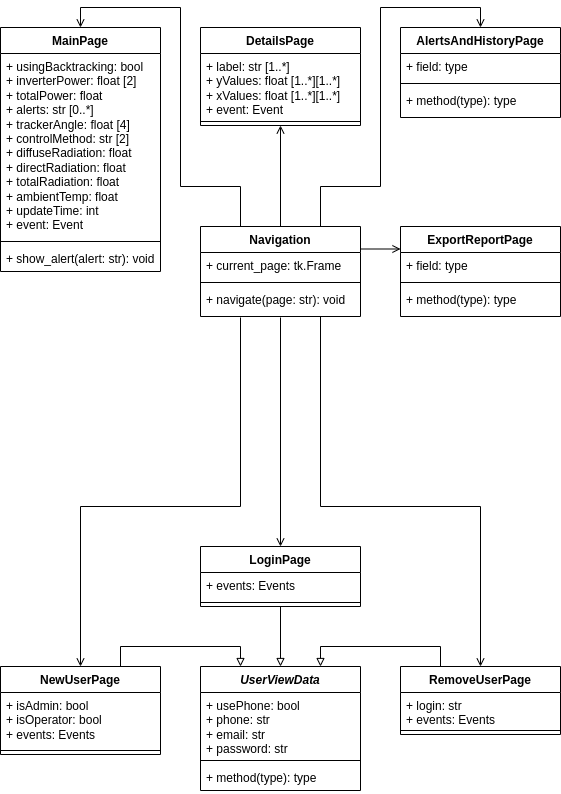
jaedson-barbosa/supervisorio-solar-ufpb-docs keeps this draw.io diagram as diagrama de classes - view.drawio.png. Above is the earlier version. Source tidied: cells renumbered, new cells last; positions are measured from the earlier drawing's top-left corner, leaving out a move shared by most shapes.
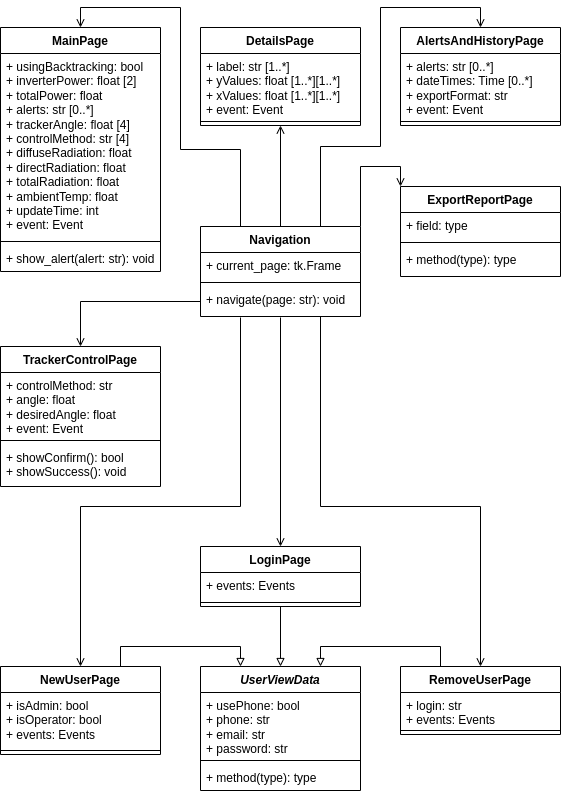
The same diagram one commit later.

Diff of the diagram source:
```diff
@@ -5,8 +5,8 @@
     <mxCell id="2" style="edgeStyle=orthogonalEdgeStyle;rounded=0;jettySize=auto;html=1;exitX=0.25;exitY=0;exitDx=0;exitDy=0;entryX=0.5;entryY=0;entryDx=0;entryDy=0;endArrow=open;endFill=0;" parent="1" edge="1" source="6" target="24">
       <mxGeometry relative="1" as="geometry">
         <Array as="points">
-          <mxPoint x="240" y="179" />
-          <mxPoint x="180" y="179" />
+          <mxPoint x="240" y="142" />
+          <mxPoint x="180" y="142" />
           <mxPoint x="180" />
           <mxPoint x="80" />
         </Array>
@@ -15,19 +15,19 @@
     <mxCell id="3" style="edgeStyle=orthogonalEdgeStyle;rounded=0;jettySize=auto;html=1;exitX=0.75;exitY=0;exitDx=0;exitDy=0;entryX=0.5;entryY=0;entryDx=0;entryDy=0;endArrow=open;endFill=0;" parent="1" edge="1" source="6" target="20">
       <mxGeometry relative="1" as="geometry">
         <Array as="points">
-          <mxPoint x="320" y="179" />
-          <mxPoint x="380" y="179" />
+          <mxPoint x="320" y="139" />
+          <mxPoint x="380" y="139" />
           <mxPoint x="380" />
           <mxPoint x="480" />
         </Array>
       </mxGeometry>
     </mxCell>
+    <mxCell id="5" style="edgeStyle=orthogonalEdgeStyle;rounded=0;jettySize=auto;html=1;exitX=0.5;exitY=0;exitDx=0;exitDy=0;entryX=0.5;entryY=1;entryDx=0;entryDy=0;endArrow=open;endFill=0;" parent="1" edge="1" source="6" target="28">
+      <mxGeometry relative="1" as="geometry" />
+    </mxCell>
-    <mxCell id="4" style="edgeStyle=orthogonalEdgeStyle;rounded=0;jettySize=auto;html=1;exitX=1;exitY=0.25;exitDx=0;exitDy=0;entryX=0;entryY=0.25;entryDx=0;entryDy=0;endArrow=open;endFill=0;" parent="1" edge="1" source="6" target="35">
+    <mxCell id="4" style="edgeStyle=orthogonalEdgeStyle;rounded=0;jettySize=auto;html=1;exitX=1;exitY=0;exitDx=0;exitDy=0;entryX=0;entryY=0;entryDx=0;entryDy=0;endArrow=open;endFill=0;" parent="1" edge="1" source="6" target="35">
       <mxGeometry relative="1" as="geometry" />
     </mxCell>
-    <mxCell id="5" style="edgeStyle=orthogonalEdgeStyle;rounded=0;jettySize=auto;html=1;exitX=0.5;exitY=0;exitDx=0;exitDy=0;entryX=0.5;entryY=1;entryDx=0;entryDy=0;endArrow=open;endFill=0;" parent="1" edge="1" source="6" target="28">
-      <mxGeometry relative="1" as="geometry" />
-    </mxCell>
     <mxCell id="6" value="Navigation" style="swimlane;fontStyle=1;align=center;verticalAlign=top;horizontal=1;startSize=26;whiteSpace=wrap;html=1;" parent="1" vertex="1">
       <mxGeometry x="200" y="219" width="160" height="90" as="geometry" />
     </mxCell>
@@ -81,21 +81,18 @@
       <mxGeometry y="80" width="160" height="8" as="geometry" />
     </mxCell>
     <mxCell id="20" value="AlertsAndHistoryPage" style="swimlane;fontStyle=1;align=center;verticalAlign=top;horizontal=1;startSize=26;whiteSpace=wrap;html=1;" parent="1" vertex="1">
-      <mxGeometry x="400" y="20" width="160" height="90" as="geometry" />
+      <mxGeometry x="400" y="20" width="160" height="98" as="geometry" />
     </mxCell>
-    <mxCell id="21" value="+ field: type" style="text;strokeColor=none;fillColor=none;align=left;verticalAlign=top;spacingLeft=4;spacingRight=4;overflow=hidden;whiteSpace=wrap;html=1;" parent="20" vertex="1">
-      <mxGeometry y="26" width="160" height="26" as="geometry" />
+    <mxCell id="21" value="+ alerts: str [0..*]&lt;br&gt;+ dateTimes: Time [0..*]&lt;br&gt;+ exportFormat: str&lt;br&gt;+ event: Event" style="text;strokeColor=none;fillColor=none;align=left;verticalAlign=top;spacingLeft=4;spacingRight=4;overflow=hidden;whiteSpace=wrap;html=1;" parent="20" vertex="1">
+      <mxGeometry y="26" width="160" height="64" as="geometry" />
     </mxCell>
     <mxCell id="22" style="line;strokeWidth=1;fillColor=none;align=left;verticalAlign=middle;spacingTop=-1;spacingLeft=3;spacingRight=3;labelPosition=right;strokeColor=inherit;" parent="20" vertex="1">
-      <mxGeometry y="52" width="160" height="8" as="geometry" />
+      <mxGeometry y="90" width="160" height="8" as="geometry" />
     </mxCell>
-    <mxCell id="23" value="+ method(type): type" style="text;strokeColor=none;fillColor=none;align=left;verticalAlign=top;spacingLeft=4;spacingRight=4;overflow=hidden;whiteSpace=wrap;html=1;" parent="20" vertex="1">
-      <mxGeometry y="60" width="160" height="30" as="geometry" />
-    </mxCell>
     <mxCell id="24" value="MainPage" style="swimlane;fontStyle=1;align=center;verticalAlign=top;horizontal=1;startSize=26;whiteSpace=wrap;html=1;" parent="1" vertex="1">
       <mxGeometry y="20" width="160" height="244" as="geometry" />
     </mxCell>
-    <mxCell id="25" value="+ usingBacktracking: bool&lt;br&gt;+ inverterPower: float [2]&lt;br&gt;+ totalPower: float&lt;br&gt;+ alerts: str [0..*]&lt;br&gt;+ trackerAngle: float [4]&lt;br&gt;+ controlMethod: str [2]&lt;br&gt;+ diffuseRadiation: float&lt;br&gt;+ directRadiation: float&lt;br&gt;+ totalRadiation: float&lt;br&gt;+&amp;nbsp;ambientTemp: float&lt;br&gt;+ updateTime: int&lt;br&gt;+ event: Event" style="text;strokeColor=none;fillColor=none;align=left;verticalAlign=top;spacingLeft=4;spacingRight=4;overflow=hidden;whiteSpace=wrap;html=1;" parent="24" vertex="1">
+    <mxCell id="25" value="+ usingBacktracking: bool&lt;br&gt;+ inverterPower: float [2]&lt;br&gt;+ totalPower: float&lt;br&gt;+ alerts: str [0..*]&lt;br&gt;+ trackerAngle: float [4]&lt;br&gt;+ controlMethod: str [4]&lt;br&gt;+ diffuseRadiation: float&lt;br&gt;+ directRadiation: float&lt;br&gt;+ totalRadiation: float&lt;br&gt;+&amp;nbsp;ambientTemp: float&lt;br&gt;+ updateTime: int&lt;br&gt;+ event: Event" style="text;strokeColor=none;fillColor=none;align=left;verticalAlign=top;spacingLeft=4;spacingRight=4;overflow=hidden;whiteSpace=wrap;html=1;" parent="24" vertex="1">
       <mxGeometry y="26" width="160" height="184" as="geometry" />
     </mxCell>
     <mxCell id="26" style="line;strokeWidth=1;fillColor=none;align=left;verticalAlign=middle;spacingTop=-1;spacingLeft=3;spacingRight=3;labelPosition=right;strokeColor=inherit;" parent="24" vertex="1">
@@ -126,7 +123,7 @@
       <mxGeometry y="98" width="160" height="26" as="geometry" />
     </mxCell>
     <mxCell id="35" value="ExportReportPage" style="swimlane;fontStyle=1;align=center;verticalAlign=top;horizontal=1;startSize=26;whiteSpace=wrap;html=1;" parent="1" vertex="1">
-      <mxGeometry x="400" y="219" width="160" height="90" as="geometry" />
+      <mxGeometry x="400" y="179" width="160" height="90" as="geometry" />
     </mxCell>
     <mxCell id="36" value="+ field: type" style="text;strokeColor=none;fillColor=none;align=left;verticalAlign=top;spacingLeft=4;spacingRight=4;overflow=hidden;whiteSpace=wrap;html=1;" parent="35" vertex="1">
       <mxGeometry y="26" width="160" height="26" as="geometry" />
@@ -152,5 +149,20 @@
     <mxCell id="43" style="line;strokeWidth=1;fillColor=none;align=left;verticalAlign=middle;spacingTop=-1;spacingLeft=3;spacingRight=3;labelPosition=right;strokeColor=inherit;" parent="41" vertex="1">
       <mxGeometry y="52" width="160" height="8" as="geometry" />
     </mxCell>
+    <mxCell id="44" value="TrackerControlPage" style="swimlane;fontStyle=1;align=center;verticalAlign=top;horizontal=1;startSize=26;whiteSpace=wrap;html=1;" parent="1" vertex="1">
+      <mxGeometry y="339" width="160" height="140" as="geometry" />
+    </mxCell>
+    <mxCell id="45" value="+ controlMethod: str&lt;br&gt;+ angle: float&lt;br&gt;+ desiredAngle: float&lt;br&gt;+ event: Event" style="text;strokeColor=none;fillColor=none;align=left;verticalAlign=top;spacingLeft=4;spacingRight=4;overflow=hidden;whiteSpace=wrap;html=1;" parent="44" vertex="1">
+      <mxGeometry y="26" width="160" height="64" as="geometry" />
+    </mxCell>
+    <mxCell id="46" style="line;strokeWidth=1;fillColor=none;align=left;verticalAlign=middle;spacingTop=-1;spacingLeft=3;spacingRight=3;labelPosition=right;strokeColor=inherit;" parent="44" vertex="1">
+      <mxGeometry y="90" width="160" height="8" as="geometry" />
+    </mxCell>
+    <mxCell id="47" value="+ showConfirm(): bool&lt;br&gt;+ showSuccess(): void" style="text;strokeColor=none;fillColor=none;align=left;verticalAlign=top;spacingLeft=4;spacingRight=4;overflow=hidden;whiteSpace=wrap;html=1;" parent="44" vertex="1">
+      <mxGeometry y="98" width="160" height="42" as="geometry" />
+    </mxCell>
+    <mxCell id="48" style="edgeStyle=orthogonalEdgeStyle;rounded=0;jettySize=auto;html=1;exitX=0;exitY=0.5;exitDx=0;exitDy=0;entryX=0.5;entryY=0;entryDx=0;entryDy=0;endArrow=open;endFill=0;" parent="1" edge="1" source="9" target="44">
+      <mxGeometry relative="1" as="geometry" />
+    </mxCell>
   </root>
 </mxGraphModel>
```
